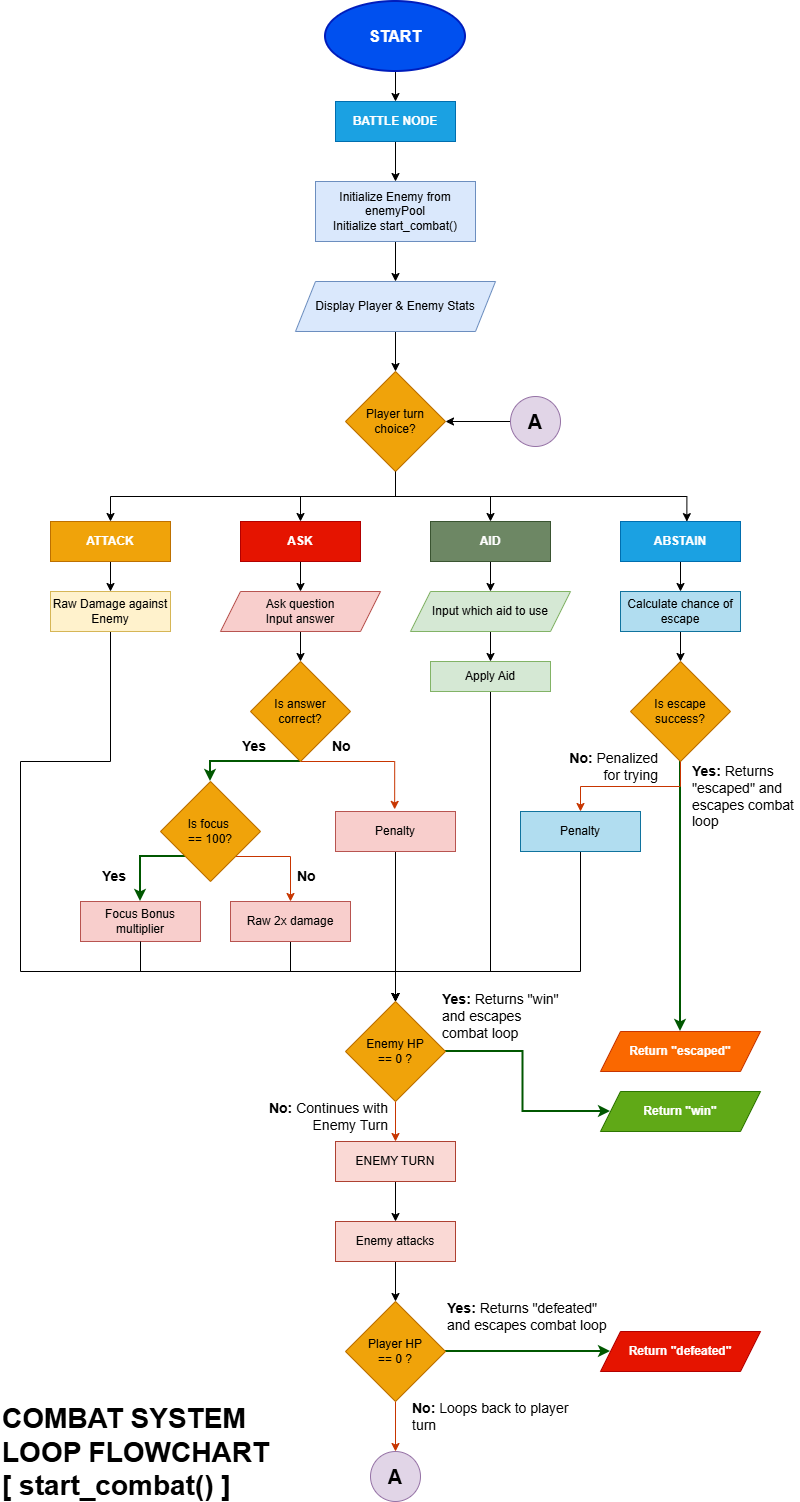
alstroemeriart/reverie keeps this draw.io diagram as Random Projects/Project Proposal/Start Combat.drawio.png. Above is the earlier version. Source tidied: cells renumbered, new cells last; positions are measured from the earlier drawing's top-left corner, leaving out a move shared by most shapes.
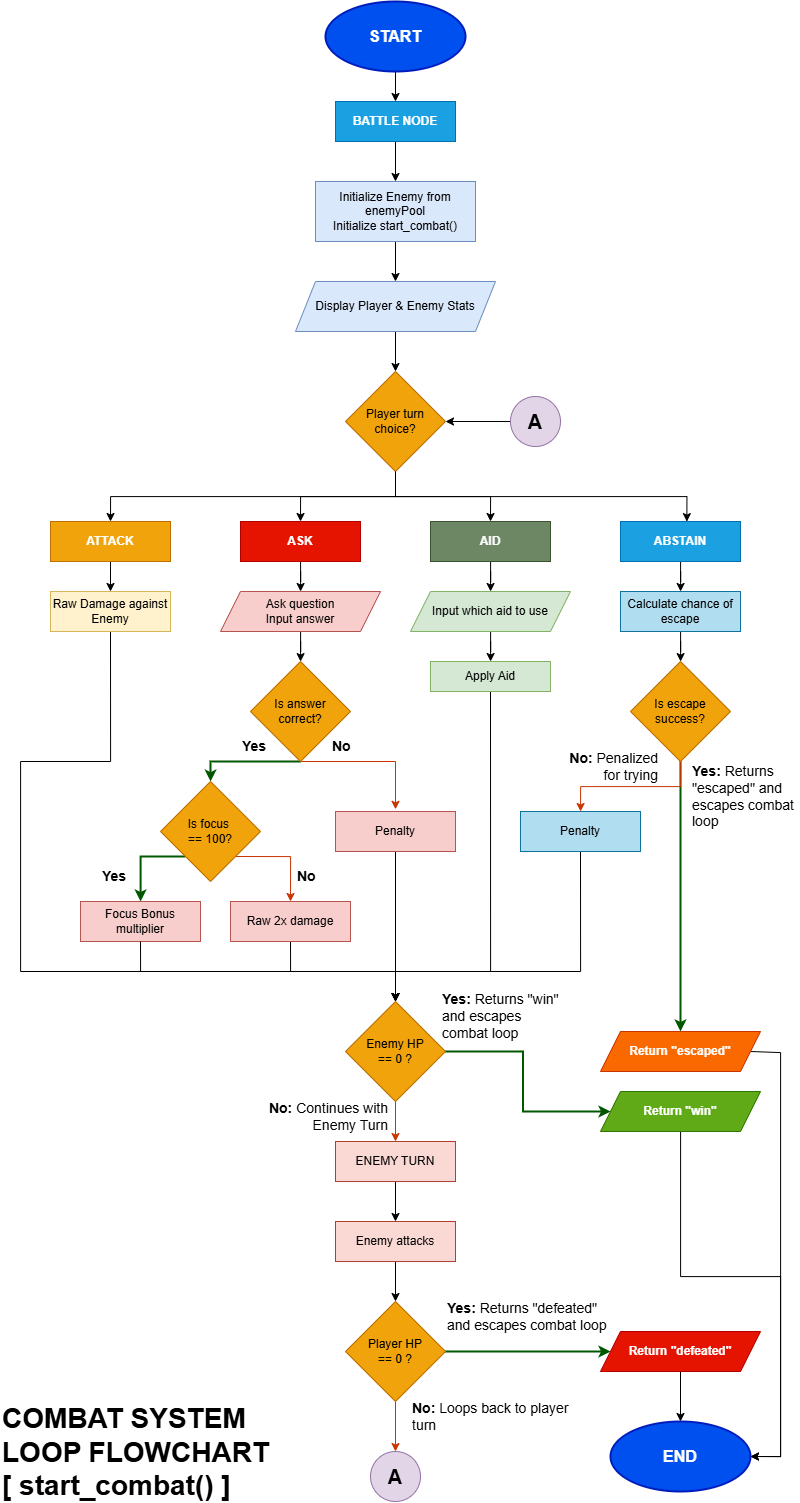
The same file after the commit.

Change to the diagram source:
```diff
@@ -166,6 +166,14 @@
     <mxCell id="46" value="&lt;span style=&quot;font-weight: 400;&quot;&gt;Is escape success?&lt;/span&gt;" style="rhombus;whiteSpace=wrap;html=1;fillColor=#f0a30a;strokeColor=#BD7000;rounded=0;fontStyle=0;labelBackgroundColor=none;align=center;verticalAlign=middle;fontFamily=Helvetica;fontSize=12;fontColor=#000000;" parent="1" vertex="1">
       <mxGeometry x="630" y="660" width="100" height="100" as="geometry" />
     </mxCell>
+    <mxCell id="77" style="edgeStyle=orthogonalEdgeStyle;rounded=0;jettySize=auto;html=1;exitX=1;exitY=0.5;exitDx=0;exitDy=0;entryX=1;entryY=0.5;entryDx=0;entryDy=0;" parent="1" edge="1" source="47" target="80">
+      <mxGeometry relative="1" as="geometry">
+        <Array as="points">
+          <mxPoint x="780" y="1051" />
+          <mxPoint x="780" y="1455" />
+        </Array>
+      </mxGeometry>
+    </mxCell>
     <mxCell id="47" value="Return &quot;escaped&quot;" style="shape=parallelogram;perimeter=parallelogramPerimeter;whiteSpace=wrap;html=1;fixedSize=1;fillColor=#fa6800;strokeColor=#C73500;rounded=0;fontStyle=1;labelBackgroundColor=none;fontColor=light-dark(#ffffff, #ededed);" parent="1" vertex="1">
       <mxGeometry x="600" y="1030" width="160" height="40" as="geometry" />
     </mxCell>
@@ -192,6 +200,9 @@
     <mxCell id="53" value="&lt;span style=&quot;font-weight: normal;&quot;&gt;Penalty&lt;/span&gt;" style="whiteSpace=wrap;html=1;fillColor=#b1ddf0;strokeColor=#10739e;rounded=0;fontStyle=1;labelBackgroundColor=none;" parent="1" vertex="1">
       <mxGeometry x="520" y="810" width="120" height="40" as="geometry" />
     </mxCell>
+    <mxCell id="78" style="edgeStyle=orthogonalEdgeStyle;rounded=0;jettySize=auto;html=1;entryX=1;entryY=0.5;entryDx=0;entryDy=0;" parent="1" edge="1" source="54" target="80">
+      <mxGeometry relative="1" as="geometry" />
+    </mxCell>
     <mxCell id="54" value="&lt;b&gt;Return &quot;win&quot;&lt;/b&gt;" style="shape=parallelogram;perimeter=parallelogramPerimeter;whiteSpace=wrap;html=1;fixedSize=1;fillColor=#60a917;strokeColor=#2D7600;rounded=0;fontStyle=0;labelBackgroundColor=none;fontColor=#ffffff;" parent="1" vertex="1">
       <mxGeometry x="600" y="1090" width="160" height="40" as="geometry" />
     </mxCell>
@@ -216,6 +227,9 @@
     <mxCell id="61" value="Player HP&lt;div&gt;== 0 ?&lt;/div&gt;" style="rhombus;whiteSpace=wrap;html=1;fillColor=#f0a30a;strokeColor=#BD7000;rounded=0;fontStyle=0;labelBackgroundColor=none;align=center;verticalAlign=middle;fontFamily=Helvetica;fontSize=12;fontColor=#000000;rotation=0;" parent="1" vertex="1">
       <mxGeometry x="345" y="1300" width="100" height="100" as="geometry" />
     </mxCell>
+    <mxCell id="79" style="edgeStyle=orthogonalEdgeStyle;rounded=0;jettySize=auto;html=1;exitX=0.5;exitY=1;exitDx=0;exitDy=0;entryX=0.5;entryY=0;entryDx=0;entryDy=0;" parent="1" edge="1" source="62" target="80">
+      <mxGeometry relative="1" as="geometry" />
+    </mxCell>
     <mxCell id="62" value="&lt;b&gt;Return &quot;defeated&quot;&lt;/b&gt;" style="shape=parallelogram;perimeter=parallelogramPerimeter;whiteSpace=wrap;html=1;fixedSize=1;fillColor=#e51400;strokeColor=#B20000;fontColor=#ffffff;rounded=0;fontStyle=0;labelBackgroundColor=none;" parent="1" vertex="1">
       <mxGeometry x="600" y="1330" width="160" height="40" as="geometry" />
     </mxCell>
@@ -261,5 +275,8 @@
     <mxCell id="76" value="No:&lt;span style=&quot;font-weight: normal;&quot;&gt;&amp;nbsp;Penalized for trying&lt;/span&gt;" style="text;html=1;whiteSpace=wrap;strokeColor=none;fillColor=none;align=right;verticalAlign=middle;rounded=0;labelBackgroundColor=none;fontStyle=1;fontSize=14;labelBorderColor=none;textShadow=0;fontFamily=Helvetica;" parent="1" vertex="1">
       <mxGeometry x="550" y="750" width="110" height="30" as="geometry" />
     </mxCell>
+    <mxCell id="80" value="END" style="ellipse;whiteSpace=wrap;html=1;labelBackgroundColor=none;fontStyle=1;fontSize=16;fontFamily=Helvetica;strokeWidth=2;fillColor=#0050ef;fontColor=#ffffff;strokeColor=#001DBC;" parent="1" vertex="1">
+      <mxGeometry x="610" y="1420" width="140" height="70" as="geometry" />
+    </mxCell>
   </root>
 </mxGraphModel>
```
